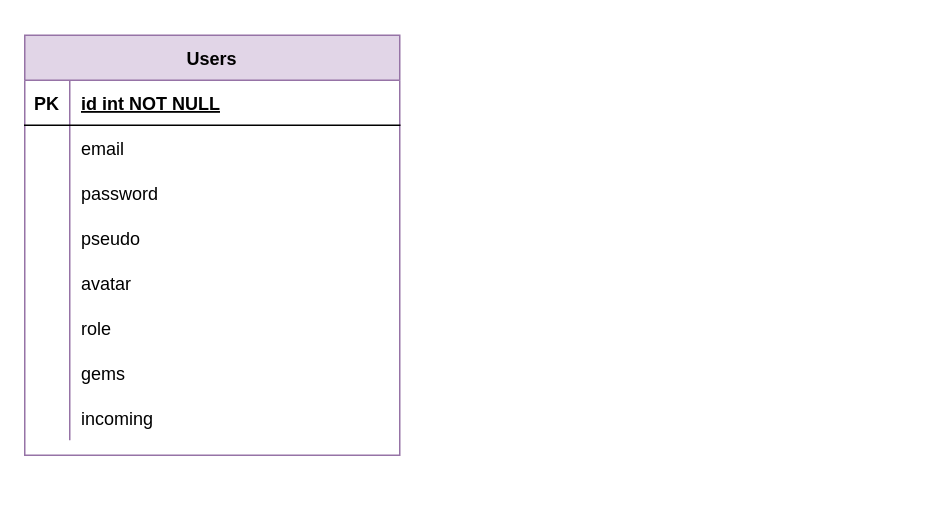
Before: ressources/Untitled Diagram.drawio in DuboisCecile/Checkpoint-4-front, a draw.io diagram. Source tidied: cells renumbered, new cells numbered last; positions are measured from the earlier drawing's top-left corner, leaving out a move shared by most shapes. Both pictures are drawn from the tidied source at 150%, with x=0, y=0 at pixel (24, 34).
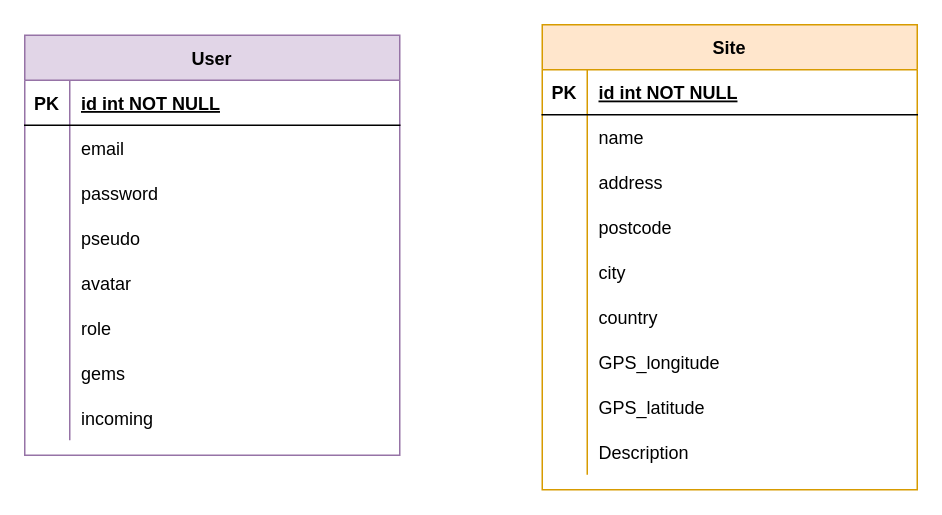
The same diagram, later.

Commit message:
Added Site table

Change to the diagram source:
```diff
@@
-    <mxCell id="2" value="Users" style="shape=table;startSize=30;childLayout=tableLayout;rowLines=0;fontStyle=1;align=center;fillColor=#e1d5e7;strokeColor=#9673a6;" parent="1" vertex="1">
+    <mxCell id="2" value="User" style="shape=table;startSize=30;childLayout=tableLayout;rowLines=0;fontStyle=1;align=center;fillColor=#e1d5e7;strokeColor=#9673a6;" parent="1" vertex="1">
       <mxGeometry width="250" height="280" as="geometry" />
     </mxCell>
@@
+    <mxCell id="27" value="Site" style="shape=table;startSize=30;childLayout=tableLayout;rowLines=0;fontStyle=1;align=center;fillColor=#ffe6cc;strokeColor=#d79b00;" parent="1" vertex="1">
+      <mxGeometry x="345" y="-7" width="250" height="310" as="geometry" />
+    </mxCell>
+    <mxCell id="28" style="shape=partialRectangle;fillColor=none;top=0;left=0;right=0;bottom=1;" parent="27" vertex="1">
+      <mxGeometry y="30" width="250" height="30" as="geometry" />
+    </mxCell>
+    <mxCell id="29" value="PK" style="shape=partialRectangle;overflow=hidden;fillColor=none;top=0;left=0;bottom=0;right=0;fontStyle=1;" parent="28" vertex="1">
+      <mxGeometry width="30" height="30" as="geometry" />
+    </mxCell>
+    <mxCell id="30" value="id int NOT NULL " style="shape=partialRectangle;overflow=hidden;fillColor=none;top=0;left=0;bottom=0;right=0;align=left;spacingLeft=6;fontStyle=5;" parent="28" vertex="1">
+      <mxGeometry x="30" width="220" height="30" as="geometry" />
+    </mxCell>
+    <mxCell id="31" style="shape=partialRectangle;fillColor=none;top=0;left=0;right=0;bottom=0;" parent="27" vertex="1">
+      <mxGeometry y="60" width="250" height="30" as="geometry" />
+    </mxCell>
+    <mxCell id="32" style="shape=partialRectangle;overflow=hidden;fillColor=none;top=0;left=0;bottom=0;right=0;" parent="31" vertex="1">
+      <mxGeometry width="30" height="30" as="geometry" />
+    </mxCell>
+    <mxCell id="33" value="name" style="shape=partialRectangle;overflow=hidden;fillColor=none;top=0;left=0;bottom=0;right=0;align=left;spacingLeft=6;" parent="31" vertex="1">
+      <mxGeometry x="30" width="220" height="30" as="geometry" />
+    </mxCell>
+    <mxCell id="34" style="shape=partialRectangle;fillColor=none;top=0;left=0;bottom=0;right=0;" parent="27" vertex="1">
+      <mxGeometry y="90" width="250" height="30" as="geometry" />
+    </mxCell>
+    <mxCell id="35" style="shape=partialRectangle;fillColor=none;top=0;left=0;bottom=0;right=0;overflow=hidden;" parent="34" vertex="1">
+      <mxGeometry width="30" height="30" as="geometry" />
+    </mxCell>
+    <mxCell id="36" value="address" style="shape=partialRectangle;fillColor=none;top=0;left=0;bottom=0;right=0;align=left;spacingLeft=6;overflow=hidden;" parent="34" vertex="1">
+      <mxGeometry x="30" width="220" height="30" as="geometry" />
+    </mxCell>
+    <mxCell id="37" style="shape=partialRectangle;fillColor=none;top=0;left=0;bottom=0;right=0;" parent="27" vertex="1">
+      <mxGeometry y="120" width="250" height="30" as="geometry" />
+    </mxCell>
+    <mxCell id="38" style="shape=partialRectangle;fillColor=none;top=0;left=0;bottom=0;right=0;overflow=hidden;" parent="37" vertex="1">
+      <mxGeometry width="30" height="30" as="geometry" />
+    </mxCell>
+    <mxCell id="39" value="postcode" style="shape=partialRectangle;fillColor=none;top=0;left=0;bottom=0;right=0;align=left;spacingLeft=6;overflow=hidden;" parent="37" vertex="1">
+      <mxGeometry x="30" width="220" height="30" as="geometry" />
+    </mxCell>
+    <mxCell id="40" style="shape=partialRectangle;fillColor=none;top=0;left=0;bottom=0;right=0;" parent="27" vertex="1">
+      <mxGeometry y="150" width="250" height="30" as="geometry" />
+    </mxCell>
+    <mxCell id="41" style="shape=partialRectangle;fillColor=none;top=0;left=0;bottom=0;right=0;overflow=hidden;" parent="40" vertex="1">
+      <mxGeometry width="30" height="30" as="geometry" />
+    </mxCell>
+    <mxCell id="42" value="city" style="shape=partialRectangle;fillColor=none;top=0;left=0;bottom=0;right=0;align=left;spacingLeft=6;overflow=hidden;" parent="40" vertex="1">
+      <mxGeometry x="30" width="220" height="30" as="geometry" />
+    </mxCell>
+    <mxCell id="43" style="shape=partialRectangle;fillColor=none;top=0;left=0;bottom=0;right=0;" parent="27" vertex="1">
+      <mxGeometry y="180" width="250" height="30" as="geometry" />
+    </mxCell>
+    <mxCell id="44" style="shape=partialRectangle;fillColor=none;top=0;left=0;bottom=0;right=0;overflow=hidden;" parent="43" vertex="1">
+      <mxGeometry width="30" height="30" as="geometry" />
+    </mxCell>
+    <mxCell id="45" value="country" style="shape=partialRectangle;fillColor=none;top=0;left=0;bottom=0;right=0;align=left;spacingLeft=6;overflow=hidden;" parent="43" vertex="1">
+      <mxGeometry x="30" width="220" height="30" as="geometry" />
+    </mxCell>
+    <mxCell id="46" style="shape=partialRectangle;fillColor=none;top=0;left=0;bottom=0;right=0;" parent="27" vertex="1">
+      <mxGeometry y="210" width="250" height="30" as="geometry" />
+    </mxCell>
+    <mxCell id="47" style="shape=partialRectangle;fillColor=none;top=0;left=0;bottom=0;right=0;overflow=hidden;" parent="46" vertex="1">
+      <mxGeometry width="30" height="30" as="geometry" />
+    </mxCell>
+    <mxCell id="48" value="GPS_longitude" style="shape=partialRectangle;fillColor=none;top=0;left=0;bottom=0;right=0;align=left;spacingLeft=6;overflow=hidden;" parent="46" vertex="1">
+      <mxGeometry x="30" width="220" height="30" as="geometry" />
+    </mxCell>
+    <mxCell id="49" style="shape=partialRectangle;fillColor=none;top=0;left=0;bottom=0;right=0;" parent="27" vertex="1">
+      <mxGeometry y="240" width="250" height="30" as="geometry" />
+    </mxCell>
+    <mxCell id="50" style="shape=partialRectangle;fillColor=none;top=0;left=0;bottom=0;right=0;overflow=hidden;" parent="49" vertex="1">
+      <mxGeometry width="30" height="30" as="geometry" />
+    </mxCell>
+    <mxCell id="51" value="GPS_latitude" style="shape=partialRectangle;fillColor=none;top=0;left=0;bottom=0;right=0;align=left;spacingLeft=6;overflow=hidden;" parent="49" vertex="1">
+      <mxGeometry x="30" width="220" height="30" as="geometry" />
+    </mxCell>
+    <mxCell id="52" style="shape=partialRectangle;fillColor=none;top=0;left=0;bottom=0;right=0;" parent="27" vertex="1">
+      <mxGeometry y="270" width="250" height="30" as="geometry" />
+    </mxCell>
+    <mxCell id="53" style="shape=partialRectangle;fillColor=none;top=0;left=0;bottom=0;right=0;overflow=hidden;" parent="52" vertex="1">
+      <mxGeometry width="30" height="30" as="geometry" />
+    </mxCell>
+    <mxCell id="54" value="Description" style="shape=partialRectangle;fillColor=none;top=0;left=0;bottom=0;right=0;align=left;spacingLeft=6;overflow=hidden;" parent="52" vertex="1">
+      <mxGeometry x="30" width="220" height="30" as="geometry" />
+    </mxCell>
```
